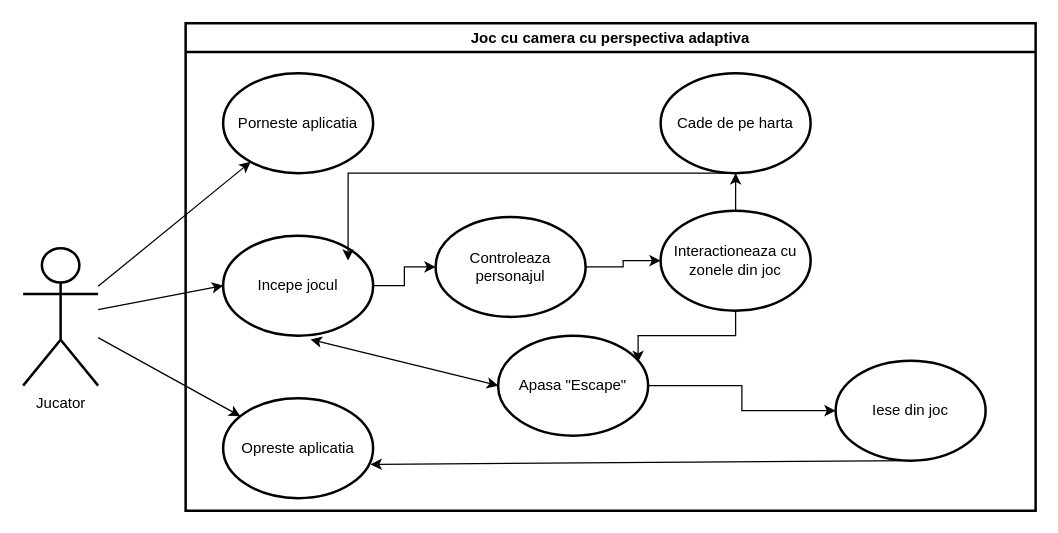
This is page "Page-2" (1 of 2) of Untitled Diagram.drawio from ovidex/raycast, a draw.io file, before an edit. Source tidied: cells renumbered, new cells numbered last; positions are measured from the earlier drawing's top-left corner, leaving out a move shared by most shapes. Both pictures are drawn from the tidied source at 125%, with x=0, y=0 at pixel (22, 22).
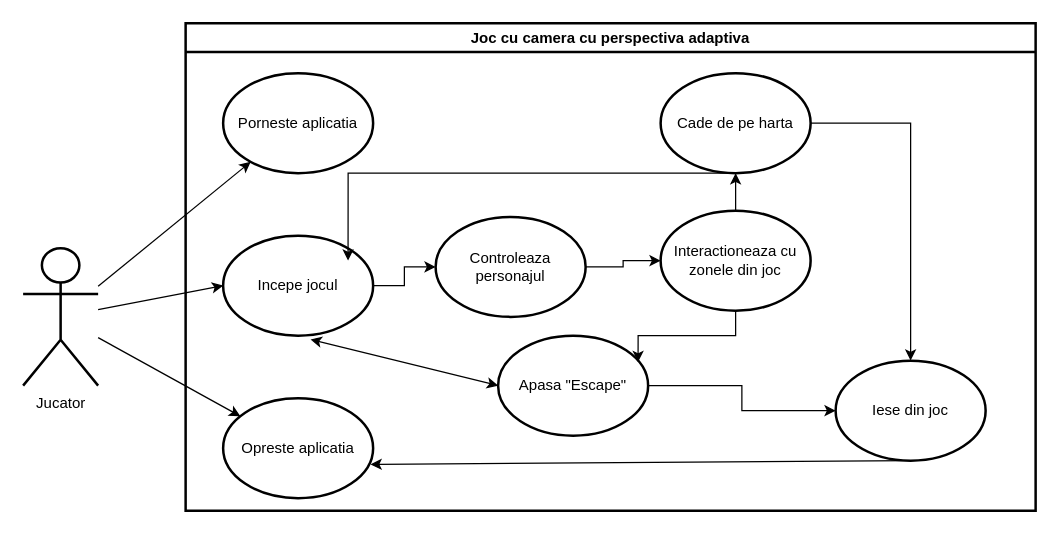
The same diagram, later.

The change refers to these unchanged cells:
```xml
<mxCell id="3" value="Joc cu camera cu perspectiva adaptiva" style="swimlane;strokeWidth=2;" parent="1" vertex="1">
  <mxGeometry x="130" width="680" height="390" as="geometry" />
</mxCell>
<mxCell id="16" value="Cade de pe harta" style="ellipse;whiteSpace=wrap;html=1;strokeWidth=2;" parent="3" vertex="1">
  <mxGeometry x="380" y="40" width="120" height="80" as="geometry" />
</mxCell>
<mxCell id="17" value="Iese din joc" style="ellipse;whiteSpace=wrap;html=1;strokeWidth=2;" parent="3" vertex="1">
  <mxGeometry x="520" y="270" width="120" height="80" as="geometry" />
</mxCell>
```

The edit, as a diff of the source:
```diff
@@
+    <mxCell id="23" style="edgeStyle=orthogonalEdgeStyle;rounded=0;jettySize=auto;html=1;exitX=1;exitY=0.5;exitDx=0;exitDy=0;" parent="3" edge="1" source="16" target="17">
+      <mxGeometry relative="1" as="geometry" />
+    </mxCell>
```
